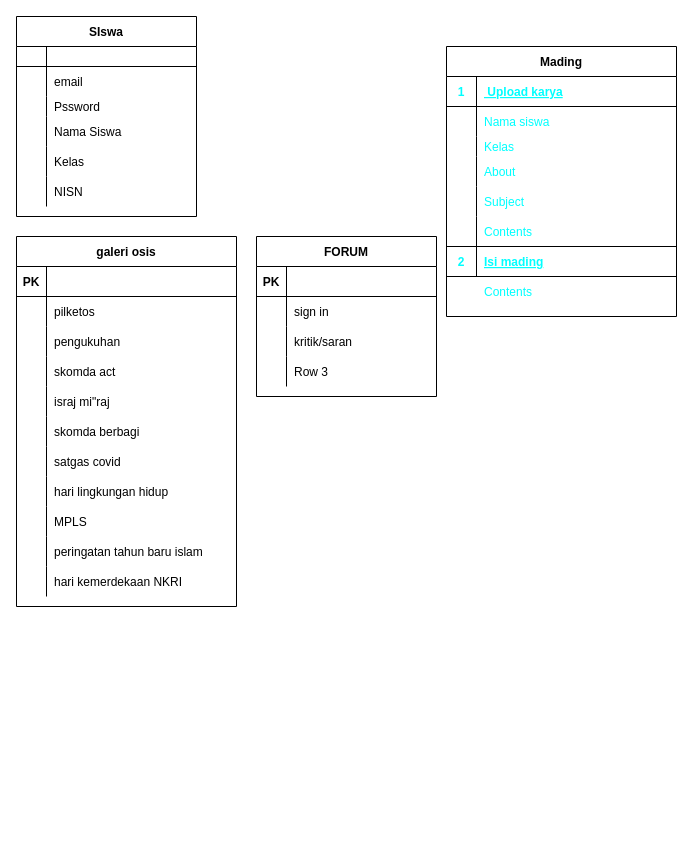
The draw.io diagram Untitled Diagram.drawio in alzenacheiryl/project-website-osis, before the edit. Source tidied: cells renumbered, new cells numbered last; positions are measured from the earlier drawing's top-left corner, leaving out a move shared by most shapes. Both pictures are drawn from the tidied source at 100%, with x=0, y=0 at pixel (16, 16).
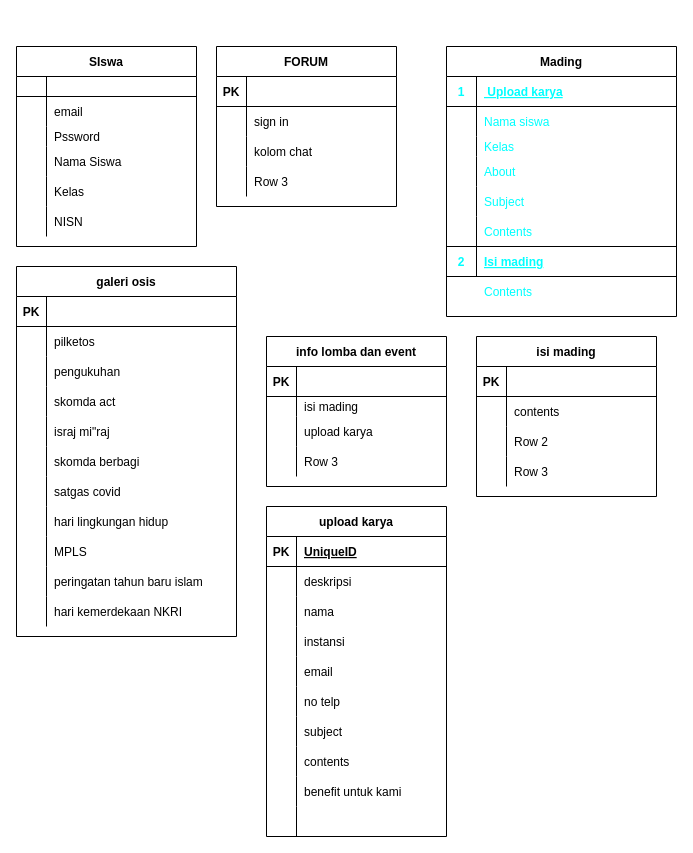
The same diagram, later.

Commit message:
edit table info loma mading

Unchanged cells that the change refers to:
```xml
<mxCell id="87" style="shape=partialRectangle;fillColor=none;top=0;left=0;bottom=0;right=0;" parent="80" vertex="1">
  <mxGeometry y="90" width="180" height="30" as="geometry" />
</mxCell>
```

Diff of the diagram source:
```diff
@@
     <mxCell id="2" value="SIswa" style="shape=table;startSize=30;childLayout=tableLayout;rowLines=0;fontStyle=1;align=center;" parent="1" vertex="1">
-      <mxGeometry width="180" height="200" as="geometry" />
+      <mxGeometry y="30" width="180" height="200" as="geometry" />
     </mxCell>
@@
     <mxCell id="43" value="galeri osis" style="shape=table;startSize=30;childLayout=tableLayout;rowLines=0;fontStyle=1;align=center;fontColor=#000000;" parent="1" vertex="1">
-      <mxGeometry y="220" width="220" height="370" as="geometry" />
+      <mxGeometry y="250" width="220" height="370" as="geometry" />
     </mxCell>
@@
     <mxCell id="80" value="FORUM" style="shape=table;startSize=30;childLayout=tableLayout;rowLines=0;fontStyle=1;align=center;fontColor=#000000;" parent="1" vertex="1">
-      <mxGeometry x="240" y="220" width="180" height="160" as="geometry" />
+      <mxGeometry x="200" y="30" width="180" height="160" as="geometry" />
     </mxCell>
@@
-    <mxCell id="89" value="kritik/saran" style="shape=partialRectangle;fillColor=none;top=0;left=0;bottom=0;right=0;align=left;spacingLeft=6;overflow=hidden;" parent="87" vertex="1">
+    <mxCell id="89" value="kolom chat" style="shape=partialRectangle;fillColor=none;top=0;left=0;bottom=0;right=0;align=left;spacingLeft=6;overflow=hidden;" parent="87" vertex="1">
       <mxGeometry x="30" width="150" height="30" as="geometry" />
     </mxCell>
@@
+    <mxCell id="99" value="info lomba dan event" style="shape=table;startSize=30;childLayout=tableLayout;rowLines=0;fontStyle=1;align=center;fontColor=#000000;" parent="1" vertex="1">
+      <mxGeometry x="250" y="320" width="180" height="150" as="geometry" />
+    </mxCell>
+    <mxCell id="100" style="shape=partialRectangle;fillColor=none;top=0;left=0;bottom=1;right=0;" parent="99" vertex="1">
+      <mxGeometry y="30" width="180" height="30" as="geometry" />
+    </mxCell>
+    <mxCell id="101" value="PK" style="shape=partialRectangle;fillColor=none;top=0;left=0;bottom=0;right=0;fontStyle=1;overflow=hidden;" parent="100" vertex="1">
+      <mxGeometry width="30" height="30" as="geometry" />
+    </mxCell>
+    <mxCell id="102" style="shape=partialRectangle;fillColor=none;top=0;left=0;bottom=0;right=0;align=left;spacingLeft=6;fontStyle=5;overflow=hidden;" parent="100" vertex="1">
+      <mxGeometry x="30" width="150" height="30" as="geometry" />
+    </mxCell>
+    <mxCell id="103" style="shape=partialRectangle;fillColor=none;top=0;left=0;bottom=0;right=0;" parent="99" vertex="1">
+      <mxGeometry y="60" width="180" height="20" as="geometry" />
+    </mxCell>
+    <mxCell id="104" style="shape=partialRectangle;fillColor=none;top=0;left=0;bottom=0;right=0;overflow=hidden;" parent="103" vertex="1">
+      <mxGeometry width="30" height="20" as="geometry" />
+    </mxCell>
+    <mxCell id="105" value="isi mading" style="shape=partialRectangle;fillColor=none;top=0;left=0;bottom=0;right=0;align=left;spacingLeft=6;overflow=hidden;" parent="103" vertex="1">
+      <mxGeometry x="30" width="150" height="20" as="geometry" />
+    </mxCell>
+    <mxCell id="106" style="shape=partialRectangle;fillColor=none;top=0;left=0;bottom=0;right=0;" parent="99" vertex="1">
+      <mxGeometry y="80" width="180" height="30" as="geometry" />
+    </mxCell>
+    <mxCell id="107" style="shape=partialRectangle;fillColor=none;top=0;left=0;bottom=0;right=0;overflow=hidden;" parent="106" vertex="1">
+      <mxGeometry width="30" height="30" as="geometry" />
+    </mxCell>
+    <mxCell id="108" value="upload karya" style="shape=partialRectangle;fillColor=none;top=0;left=0;bottom=0;right=0;align=left;spacingLeft=6;overflow=hidden;" parent="106" vertex="1">
+      <mxGeometry x="30" width="150" height="30" as="geometry" />
+    </mxCell>
+    <mxCell id="109" style="shape=partialRectangle;fillColor=none;top=0;left=0;bottom=0;right=0;" parent="99" vertex="1">
+      <mxGeometry y="110" width="180" height="30" as="geometry" />
+    </mxCell>
+    <mxCell id="110" style="shape=partialRectangle;fillColor=none;top=0;left=0;bottom=0;right=0;overflow=hidden;" parent="109" vertex="1">
+      <mxGeometry width="30" height="30" as="geometry" />
+    </mxCell>
+    <mxCell id="111" value="Row 3" style="shape=partialRectangle;fillColor=none;top=0;left=0;bottom=0;right=0;align=left;spacingLeft=6;overflow=hidden;" parent="109" vertex="1">
+      <mxGeometry x="30" width="150" height="30" as="geometry" />
+    </mxCell>
+    <mxCell id="112" value="isi mading" style="shape=table;startSize=30;childLayout=tableLayout;rowLines=0;fontStyle=1;align=center;fontColor=#000000;" parent="1" vertex="1">
+      <mxGeometry x="460" y="320" width="180" height="160" as="geometry" />
+    </mxCell>
+    <mxCell id="113" style="shape=partialRectangle;fillColor=none;top=0;left=0;bottom=1;right=0;" parent="112" vertex="1">
+      <mxGeometry y="30" width="180" height="30" as="geometry" />
+    </mxCell>
+    <mxCell id="114" value="PK" style="shape=partialRectangle;fillColor=none;top=0;left=0;bottom=0;right=0;fontStyle=1;overflow=hidden;" parent="113" vertex="1">
+      <mxGeometry width="30" height="30" as="geometry" />
+    </mxCell>
+    <mxCell id="115" style="shape=partialRectangle;fillColor=none;top=0;left=0;bottom=0;right=0;align=left;spacingLeft=6;fontStyle=5;overflow=hidden;" parent="113" vertex="1">
+      <mxGeometry x="30" width="150" height="30" as="geometry" />
+    </mxCell>
+    <mxCell id="116" style="shape=partialRectangle;fillColor=none;top=0;left=0;bottom=0;right=0;" parent="112" vertex="1">
+      <mxGeometry y="60" width="180" height="30" as="geometry" />
+    </mxCell>
+    <mxCell id="117" style="shape=partialRectangle;fillColor=none;top=0;left=0;bottom=0;right=0;overflow=hidden;" parent="116" vertex="1">
+      <mxGeometry width="30" height="30" as="geometry" />
+    </mxCell>
+    <mxCell id="118" value="contents" style="shape=partialRectangle;fillColor=none;top=0;left=0;bottom=0;right=0;align=left;spacingLeft=6;overflow=hidden;" parent="116" vertex="1">
+      <mxGeometry x="30" width="150" height="30" as="geometry" />
+    </mxCell>
+    <mxCell id="119" style="shape=partialRectangle;fillColor=none;top=0;left=0;bottom=0;right=0;" parent="112" vertex="1">
+      <mxGeometry y="90" width="180" height="30" as="geometry" />
+    </mxCell>
+    <mxCell id="120" style="shape=partialRectangle;fillColor=none;top=0;left=0;bottom=0;right=0;overflow=hidden;" parent="119" vertex="1">
+      <mxGeometry width="30" height="30" as="geometry" />
+    </mxCell>
+    <mxCell id="121" value="Row 2" style="shape=partialRectangle;fillColor=none;top=0;left=0;bottom=0;right=0;align=left;spacingLeft=6;overflow=hidden;" parent="119" vertex="1">
+      <mxGeometry x="30" width="150" height="30" as="geometry" />
+    </mxCell>
+    <mxCell id="122" style="shape=partialRectangle;fillColor=none;top=0;left=0;bottom=0;right=0;" parent="112" vertex="1">
+      <mxGeometry y="120" width="180" height="30" as="geometry" />
+    </mxCell>
+    <mxCell id="123" style="shape=partialRectangle;fillColor=none;top=0;left=0;bottom=0;right=0;overflow=hidden;" parent="122" vertex="1">
+      <mxGeometry width="30" height="30" as="geometry" />
+    </mxCell>
+    <mxCell id="124" value="Row 3" style="shape=partialRectangle;fillColor=none;top=0;left=0;bottom=0;right=0;align=left;spacingLeft=6;overflow=hidden;" parent="122" vertex="1">
+      <mxGeometry x="30" width="150" height="30" as="geometry" />
+    </mxCell>
+    <mxCell id="125" value="upload karya" style="shape=table;startSize=30;childLayout=tableLayout;rowLines=0;fontStyle=1;align=center;fontColor=#000000;" parent="1" vertex="1">
+      <mxGeometry x="250" y="490" width="180" height="330" as="geometry" />
+    </mxCell>
+    <mxCell id="126" style="shape=partialRectangle;fillColor=none;top=0;left=0;bottom=1;right=0;" parent="125" vertex="1">
+      <mxGeometry y="30" width="180" height="30" as="geometry" />
+    </mxCell>
+    <mxCell id="127" value="PK" style="shape=partialRectangle;fillColor=none;top=0;left=0;bottom=0;right=0;fontStyle=1;overflow=hidden;" parent="126" vertex="1">
+      <mxGeometry width="30" height="30" as="geometry" />
+    </mxCell>
+    <mxCell id="128" value="UniqueID" style="shape=partialRectangle;fillColor=none;top=0;left=0;bottom=0;right=0;align=left;spacingLeft=6;fontStyle=5;overflow=hidden;" parent="126" vertex="1">
+      <mxGeometry x="30" width="150" height="30" as="geometry" />
+    </mxCell>
+    <mxCell id="129" style="shape=partialRectangle;fillColor=none;top=0;left=0;bottom=0;right=0;" parent="125" vertex="1">
+      <mxGeometry y="60" width="180" height="30" as="geometry" />
+    </mxCell>
+    <mxCell id="130" style="shape=partialRectangle;fillColor=none;top=0;left=0;bottom=0;right=0;overflow=hidden;" parent="129" vertex="1">
+      <mxGeometry width="30" height="30" as="geometry" />
+    </mxCell>
+    <mxCell id="131" value="deskripsi" style="shape=partialRectangle;fillColor=none;top=0;left=0;bottom=0;right=0;align=left;spacingLeft=6;overflow=hidden;" parent="129" vertex="1">
+      <mxGeometry x="30" width="150" height="30" as="geometry" />
+    </mxCell>
+    <mxCell id="132" style="shape=partialRectangle;fillColor=none;top=0;left=0;bottom=0;right=0;" parent="125" vertex="1">
+      <mxGeometry y="90" width="180" height="30" as="geometry" />
+    </mxCell>
+    <mxCell id="133" style="shape=partialRectangle;fillColor=none;top=0;left=0;bottom=0;right=0;overflow=hidden;" parent="132" vertex="1">
+      <mxGeometry width="30" height="30" as="geometry" />
+    </mxCell>
+    <mxCell id="134" value="nama" style="shape=partialRectangle;fillColor=none;top=0;left=0;bottom=0;right=0;align=left;spacingLeft=6;overflow=hidden;" parent="132" vertex="1">
+      <mxGeometry x="30" width="150" height="30" as="geometry" />
+    </mxCell>
+    <mxCell id="135" style="shape=partialRectangle;fillColor=none;top=0;left=0;bottom=0;right=0;" parent="125" vertex="1">
+      <mxGeometry y="120" width="180" height="30" as="geometry" />
+    </mxCell>
+    <mxCell id="136" style="shape=partialRectangle;fillColor=none;top=0;left=0;bottom=0;right=0;overflow=hidden;" parent="135" vertex="1">
+      <mxGeometry width="30" height="30" as="geometry" />
+    </mxCell>
+    <mxCell id="137" value="instansi" style="shape=partialRectangle;fillColor=none;top=0;left=0;bottom=0;right=0;align=left;spacingLeft=6;overflow=hidden;" parent="135" vertex="1">
+      <mxGeometry x="30" width="150" height="30" as="geometry" />
+    </mxCell>
+    <mxCell id="138" style="shape=partialRectangle;fillColor=none;top=0;left=0;bottom=0;right=0;" parent="125" vertex="1">
+      <mxGeometry y="150" width="180" height="30" as="geometry" />
+    </mxCell>
+    <mxCell id="139" style="shape=partialRectangle;fillColor=none;top=0;left=0;bottom=0;right=0;overflow=hidden;" parent="138" vertex="1">
+      <mxGeometry width="30" height="30" as="geometry" />
+    </mxCell>
+    <mxCell id="140" value="email" style="shape=partialRectangle;fillColor=none;top=0;left=0;bottom=0;right=0;align=left;spacingLeft=6;overflow=hidden;" parent="138" vertex="1">
+      <mxGeometry x="30" width="150" height="30" as="geometry" />
+    </mxCell>
+    <mxCell id="141" style="shape=partialRectangle;fillColor=none;top=0;left=0;bottom=0;right=0;" parent="125" vertex="1">
+      <mxGeometry y="180" width="180" height="30" as="geometry" />
+    </mxCell>
+    <mxCell id="142" style="shape=partialRectangle;fillColor=none;top=0;left=0;bottom=0;right=0;overflow=hidden;" parent="141" vertex="1">
+      <mxGeometry width="30" height="30" as="geometry" />
+    </mxCell>
+    <mxCell id="143" value="no telp" style="shape=partialRectangle;fillColor=none;top=0;left=0;bottom=0;right=0;align=left;spacingLeft=6;overflow=hidden;" parent="141" vertex="1">
+      <mxGeometry x="30" width="150" height="30" as="geometry" />
+    </mxCell>
+    <mxCell id="144" style="shape=partialRectangle;fillColor=none;top=0;left=0;bottom=0;right=0;" parent="125" vertex="1">
+      <mxGeometry y="210" width="180" height="30" as="geometry" />
+    </mxCell>
+    <mxCell id="145" style="shape=partialRectangle;fillColor=none;top=0;left=0;bottom=0;right=0;overflow=hidden;" parent="144" vertex="1">
+      <mxGeometry width="30" height="30" as="geometry" />
+    </mxCell>
+    <mxCell id="146" value="subject" style="shape=partialRectangle;fillColor=none;top=0;left=0;bottom=0;right=0;align=left;spacingLeft=6;overflow=hidden;" parent="144" vertex="1">
+      <mxGeometry x="30" width="150" height="30" as="geometry" />
+    </mxCell>
+    <mxCell id="147" style="shape=partialRectangle;fillColor=none;top=0;left=0;bottom=0;right=0;" parent="125" vertex="1">
+      <mxGeometry y="240" width="180" height="30" as="geometry" />
+    </mxCell>
+    <mxCell id="148" style="shape=partialRectangle;fillColor=none;top=0;left=0;bottom=0;right=0;overflow=hidden;" parent="147" vertex="1">
+      <mxGeometry width="30" height="30" as="geometry" />
+    </mxCell>
+    <mxCell id="149" value="contents" style="shape=partialRectangle;fillColor=none;top=0;left=0;bottom=0;right=0;align=left;spacingLeft=6;overflow=hidden;" parent="147" vertex="1">
+      <mxGeometry x="30" width="150" height="30" as="geometry" />
+    </mxCell>
+    <mxCell id="150" style="shape=partialRectangle;fillColor=none;top=0;left=0;bottom=0;right=0;" parent="125" vertex="1">
+      <mxGeometry y="270" width="180" height="30" as="geometry" />
+    </mxCell>
+    <mxCell id="151" style="shape=partialRectangle;fillColor=none;top=0;left=0;bottom=0;right=0;overflow=hidden;" parent="150" vertex="1">
+      <mxGeometry width="30" height="30" as="geometry" />
+    </mxCell>
+    <mxCell id="152" value="benefit untuk kami" style="shape=partialRectangle;fillColor=none;top=0;left=0;bottom=0;right=0;align=left;spacingLeft=6;overflow=hidden;" parent="150" vertex="1">
+      <mxGeometry x="30" width="150" height="30" as="geometry" />
+    </mxCell>
+    <mxCell id="153" style="shape=partialRectangle;fillColor=none;top=0;left=0;bottom=0;right=0;" parent="125" vertex="1">
+      <mxGeometry y="300" width="180" height="30" as="geometry" />
+    </mxCell>
+    <mxCell id="154" style="shape=partialRectangle;fillColor=none;top=0;left=0;bottom=0;right=0;overflow=hidden;" parent="153" vertex="1">
+      <mxGeometry width="30" height="30" as="geometry" />
+    </mxCell>
+    <mxCell id="155" style="shape=partialRectangle;fillColor=none;top=0;left=0;bottom=0;right=0;align=left;spacingLeft=6;overflow=hidden;" parent="153" vertex="1">
+      <mxGeometry x="30" width="150" height="30" as="geometry" />
+    </mxCell>
```
